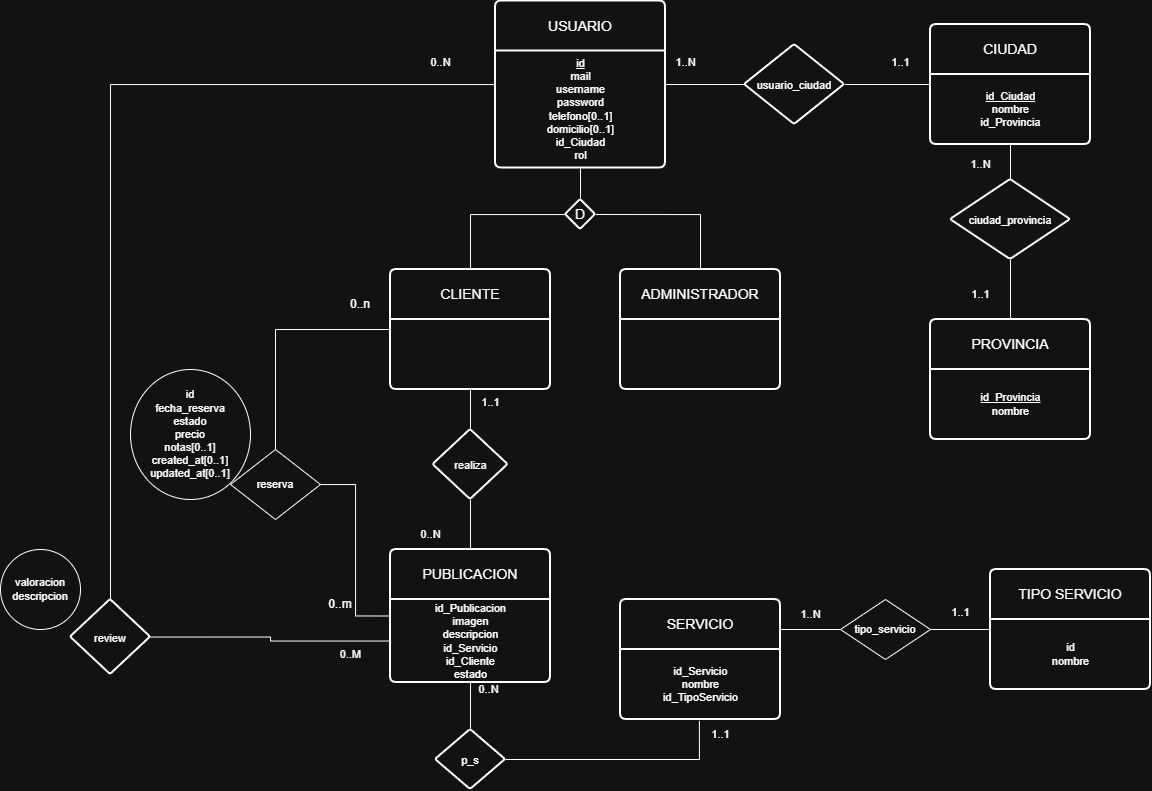
ValenAlesa/tp-DSW keeps this draw.io diagram as DER - DSW-regularidad.drawio.png. Above is the earlier version. Source tidied: cells renumbered, new cells last; positions are measured from the earlier drawing's top-left corner, leaving out a move shared by most shapes.
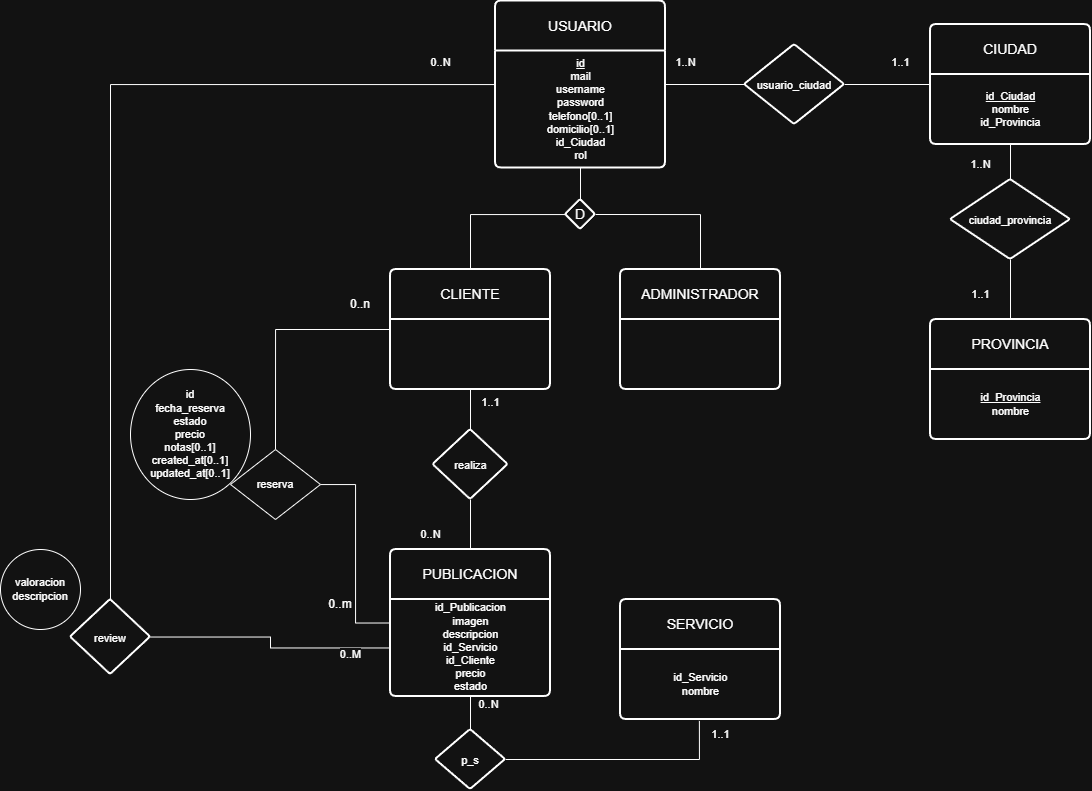
The same diagram one commit later.

The edit, as a diff of the source:
```diff
@@ -53,21 +53,12 @@
     <mxCell id="18" value="ADMINISTRADOR" style="swimlane;horizontal=1;startSize=50;rounded=1;fontSize=14;fontStyle=0;strokeWidth=2;shadow=0;dashed=0;align=center;arcSize=4;whiteSpace=wrap;html=1;" parent="1" vertex="1">
       <mxGeometry x="620" y="268" width="160" height="120" as="geometry" />
     </mxCell>
-    <mxCell id="19" style="edgeStyle=orthogonalEdgeStyle;shape=connector;rounded=0;jettySize=auto;html=1;exitX=1;exitY=0.25;exitDx=0;exitDy=0;strokeColor=default;align=center;verticalAlign=middle;fontFamily=Helvetica;fontSize=11;fontColor=default;labelBackgroundColor=default;endArrow=none;endFill=0;" parent="1" edge="1" source="20" target="31">
-      <mxGeometry relative="1" as="geometry" />
-    </mxCell>
     <mxCell id="20" value="SERVICIO" style="swimlane;horizontal=1;startSize=50;rounded=1;fontSize=14;fontStyle=0;strokeWidth=2;shadow=0;dashed=0;align=center;arcSize=4;whiteSpace=wrap;html=1;fontFamily=Helvetica;fontColor=default;labelBackgroundColor=default;" parent="1" vertex="1">
       <mxGeometry x="620" y="598" width="160" height="120" as="geometry" />
     </mxCell>
-    <mxCell id="21" value="id_Servicio&lt;div&gt;&lt;span style=&quot;background-color: light-dark(#ffffff, var(--ge-dark-color, #121212)); color: light-dark(rgb(0, 0, 0), rgb(255, 255, 255));&quot;&gt;nombre&lt;/span&gt;&lt;/div&gt;&lt;div&gt;&lt;span style=&quot;background-color: light-dark(#ffffff, var(--ge-dark-color, #121212)); color: light-dark(rgb(0, 0, 0), rgb(255, 255, 255));&quot;&gt;id_TipoServicio&lt;/span&gt;&lt;/div&gt;" style="text;html=1;align=center;verticalAlign=middle;points=[];strokeColor=none;fillColor=none;fontFamily=Helvetica;fontSize=11;fontColor=default;labelBackgroundColor=default;" parent="20" vertex="1">
+    <mxCell id="21" value="id_Servicio&lt;div&gt;&lt;span style=&quot;background-color: light-dark(#ffffff, var(--ge-dark-color, #121212)); color: light-dark(rgb(0, 0, 0), rgb(255, 255, 255));&quot;&gt;nombre&lt;/span&gt;&lt;/div&gt;" style="text;html=1;align=center;verticalAlign=middle;points=[];strokeColor=none;fillColor=none;fontFamily=Helvetica;fontSize=11;fontColor=default;labelBackgroundColor=default;" parent="20" vertex="1">
       <mxGeometry y="50" width="160" height="70" as="geometry" />
     </mxCell>
-    <mxCell id="22" value="TIPO SERVICIO" style="swimlane;horizontal=1;startSize=50;rounded=1;fontSize=14;fontStyle=0;strokeWidth=2;shadow=0;dashed=0;align=center;arcSize=4;whiteSpace=wrap;html=1;fontFamily=Helvetica;fontColor=default;labelBackgroundColor=default;" parent="1" vertex="1">
-      <mxGeometry x="990" y="568" width="160" height="120" as="geometry" />
-    </mxCell>
-    <mxCell id="23" value="id&lt;div&gt;nombre&lt;/div&gt;" style="text;html=1;align=center;verticalAlign=middle;strokeColor=none;fillColor=none;fontFamily=Helvetica;fontSize=11;fontColor=default;labelBackgroundColor=default;" parent="22" vertex="1">
-      <mxGeometry y="50" width="160" height="70" as="geometry" />
-    </mxCell>
     <mxCell id="24" style="edgeStyle=orthogonalEdgeStyle;shape=connector;rounded=0;jettySize=auto;html=1;entryX=0;entryY=0.5;entryDx=0;entryDy=0;strokeColor=default;align=center;verticalAlign=middle;fontFamily=Helvetica;fontSize=11;fontColor=default;labelBackgroundColor=default;endArrow=none;endFill=0;" parent="1" edge="1" source="25" target="8">
       <mxGeometry relative="1" as="geometry" />
     </mxCell>
@@ -86,20 +77,14 @@
     <mxCell id="29" value="reserva" style="shape=rhombus;perimeter=rhombusPerimeter;whiteSpace=wrap;html=1;align=center;fontFamily=Helvetica;fontSize=11;fontColor=default;labelBackgroundColor=default;" parent="1" vertex="1">
       <mxGeometry x="230" y="448" width="90" height="70" as="geometry" />
     </mxCell>
-    <mxCell id="30" style="edgeStyle=orthogonalEdgeStyle;shape=connector;rounded=0;jettySize=auto;html=1;entryX=0;entryY=0.5;entryDx=0;entryDy=0;strokeColor=default;align=center;verticalAlign=middle;fontFamily=Helvetica;fontSize=11;fontColor=default;labelBackgroundColor=default;endArrow=none;endFill=0;" parent="1" edge="1" source="31" target="22">
-      <mxGeometry relative="1" as="geometry" />
-    </mxCell>
-    <mxCell id="31" value="tipo_servicio" style="shape=rhombus;perimeter=rhombusPerimeter;whiteSpace=wrap;html=1;align=center;fontFamily=Helvetica;fontSize=11;fontColor=default;labelBackgroundColor=default;" parent="1" vertex="1">
-      <mxGeometry x="840" y="598" width="90" height="60" as="geometry" />
-    </mxCell>
     <mxCell id="32" style="edgeStyle=orthogonalEdgeStyle;shape=connector;rounded=0;jettySize=auto;html=1;strokeColor=default;align=center;verticalAlign=middle;fontFamily=Helvetica;fontSize=11;fontColor=default;labelBackgroundColor=default;endArrow=none;endFill=0;" parent="1" edge="1" source="33" target="37">
       <mxGeometry relative="1" as="geometry" />
     </mxCell>
     <mxCell id="33" value="PUBLICACION" style="swimlane;horizontal=1;startSize=50;rounded=1;fontSize=14;fontStyle=0;strokeWidth=2;shadow=0;dashed=0;align=center;arcSize=4;whiteSpace=wrap;html=1;fontFamily=Helvetica;fontColor=default;labelBackgroundColor=default;" parent="1" vertex="1">
-      <mxGeometry x="390" y="548" width="160" height="133" as="geometry" />
+      <mxGeometry x="390" y="548" width="160" height="147" as="geometry" />
     </mxCell>
-    <mxCell id="34" value="id_Publicacion&lt;div&gt;imagen&lt;br&gt;&lt;div&gt;descripcion&lt;/div&gt;&lt;div&gt;id_Servicio&lt;/div&gt;&lt;div&gt;id_Cliente&lt;/div&gt;&lt;div&gt;estado&lt;/div&gt;&lt;/div&gt;" style="text;html=1;align=center;verticalAlign=middle;points=[];strokeColor=none;fillColor=none;fontFamily=Helvetica;fontSize=11;fontColor=default;labelBackgroundColor=default;" parent="33" vertex="1">
-      <mxGeometry y="50" width="160" height="83" as="geometry" />
+    <mxCell id="34" value="id_Publicacion&lt;div&gt;imagen&lt;br&gt;&lt;div&gt;descripcion&lt;/div&gt;&lt;div&gt;id_Servicio&lt;/div&gt;&lt;div&gt;id_Cliente&lt;/div&gt;&lt;div&gt;precio&lt;/div&gt;&lt;div&gt;estado&lt;/div&gt;&lt;/div&gt;" style="text;html=1;align=center;verticalAlign=middle;points=[];strokeColor=none;fillColor=none;fontFamily=Helvetica;fontSize=11;fontColor=default;labelBackgroundColor=default;" parent="33" vertex="1">
+      <mxGeometry y="50" width="160" height="97" as="geometry" />
     </mxCell>
     <mxCell id="35" style="edgeStyle=orthogonalEdgeStyle;shape=connector;rounded=0;jettySize=auto;html=1;exitX=0.5;exitY=1;exitDx=0;exitDy=0;entryX=0.5;entryY=0;entryDx=0;entryDy=0;strokeColor=default;align=center;verticalAlign=middle;fontFamily=Helvetica;fontSize=11;fontColor=default;labelBackgroundColor=default;endArrow=none;endFill=0;" parent="1" edge="1" source="36" target="33">
       <mxGeometry relative="1" as="geometry" />
@@ -126,7 +111,7 @@
       <mxGeometry x="130" y="368" width="120" height="130" as="geometry" />
     </mxCell>
     <mxCell id="43" value="0..N" style="text;html=1;align=center;verticalAlign=middle;strokeColor=none;fillColor=none;fontFamily=Helvetica;fontSize=11;fontColor=default;labelBackgroundColor=default;" parent="1" vertex="1">
-      <mxGeometry x="467.5" y="673" width="40" height="30" as="geometry" />
+      <mxGeometry x="467.5" y="688" width="40" height="30" as="geometry" />
     </mxCell>
     <mxCell id="44" value="1..1" style="text;html=1;align=center;verticalAlign=middle;strokeColor=none;fillColor=none;fontFamily=Helvetica;fontSize=11;fontColor=default;labelBackgroundColor=default;" parent="1" vertex="1">
       <mxGeometry x="700" y="718" width="40" height="30" as="geometry" />
@@ -140,12 +125,6 @@
     <mxCell id="47" value="0..N" style="text;html=1;align=center;verticalAlign=middle;strokeColor=none;fillColor=none;fontFamily=Helvetica;fontSize=11;fontColor=default;labelBackgroundColor=default;" parent="1" vertex="1">
       <mxGeometry x="410" y="518" width="40" height="30" as="geometry" />
     </mxCell>
-    <mxCell id="48" value="1..1" style="text;html=1;align=center;verticalAlign=middle;strokeColor=none;fillColor=none;fontFamily=Helvetica;fontSize=11;fontColor=default;labelBackgroundColor=default;" parent="1" vertex="1">
-      <mxGeometry x="940" y="596" width="40" height="30" as="geometry" />
-    </mxCell>
-    <mxCell id="49" value="1..N" style="text;html=1;align=center;verticalAlign=middle;strokeColor=none;fillColor=none;fontFamily=Helvetica;fontSize=11;fontColor=default;labelBackgroundColor=default;" parent="1" vertex="1">
-      <mxGeometry x="790" y="598" width="40" height="30" as="geometry" />
-    </mxCell>
     <mxCell id="50" value="&lt;font style=&quot;font-size: 11px;&quot;&gt;review&lt;/font&gt;" style="rhombus;whiteSpace=wrap;html=1;fontSize=14;fontStyle=0;startSize=50;horizontal=1;rounded=1;strokeWidth=2;shadow=0;dashed=0;arcSize=4;" parent="1" vertex="1">
       <mxGeometry x="70" y="598" width="80" height="75" as="geometry" />
     </mxCell>
```
